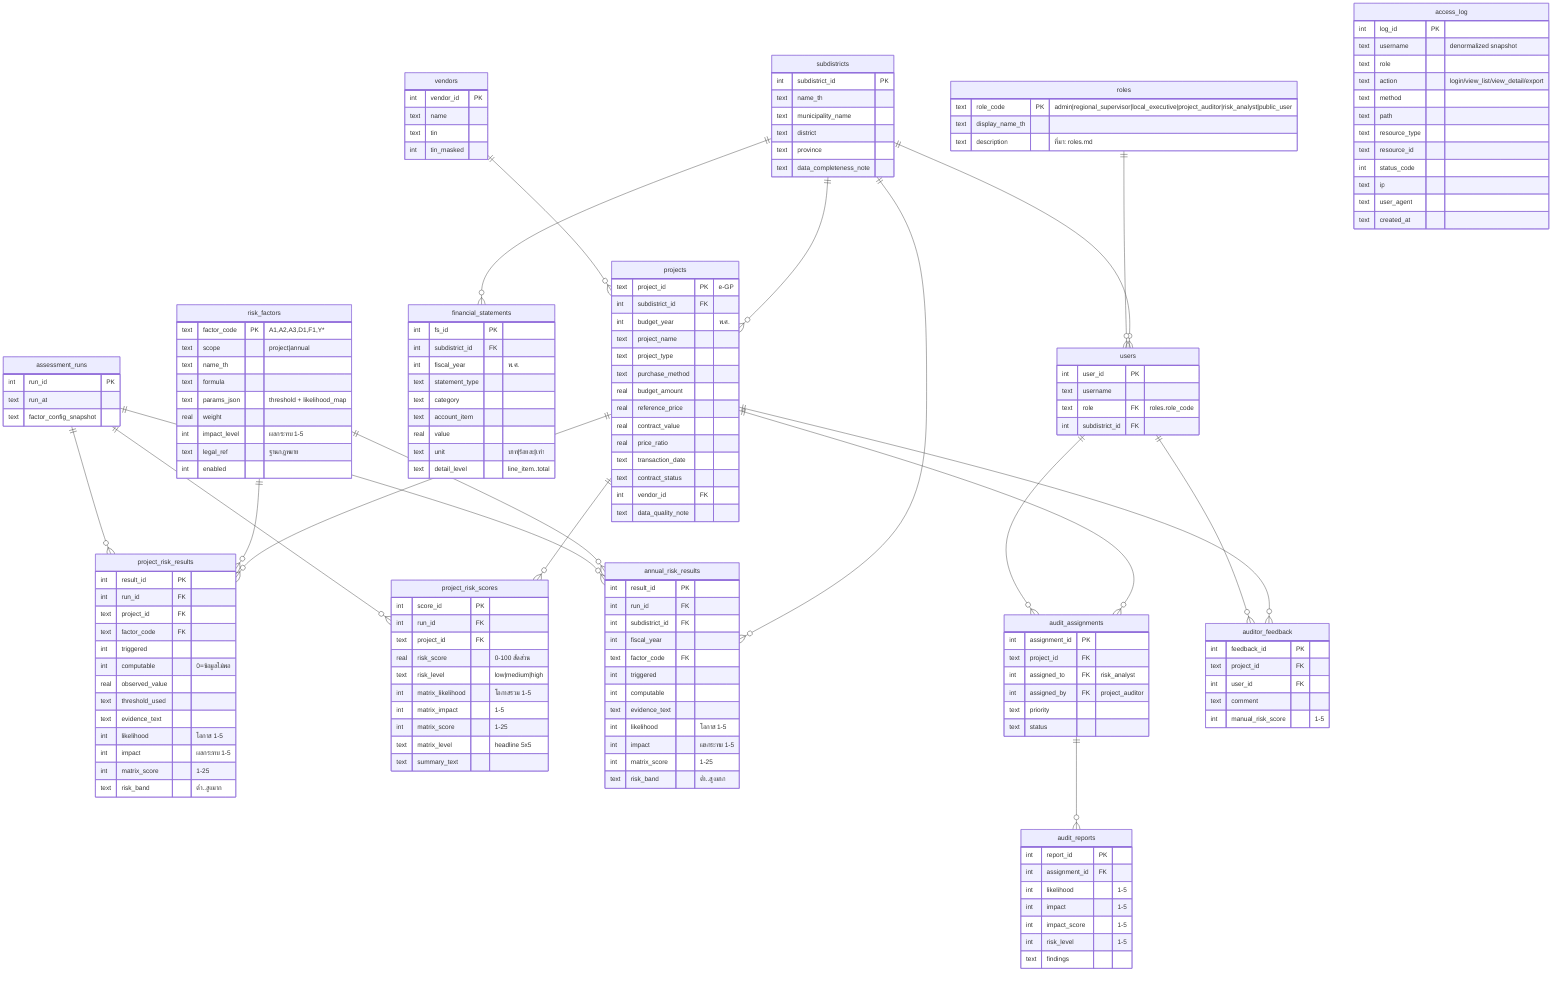
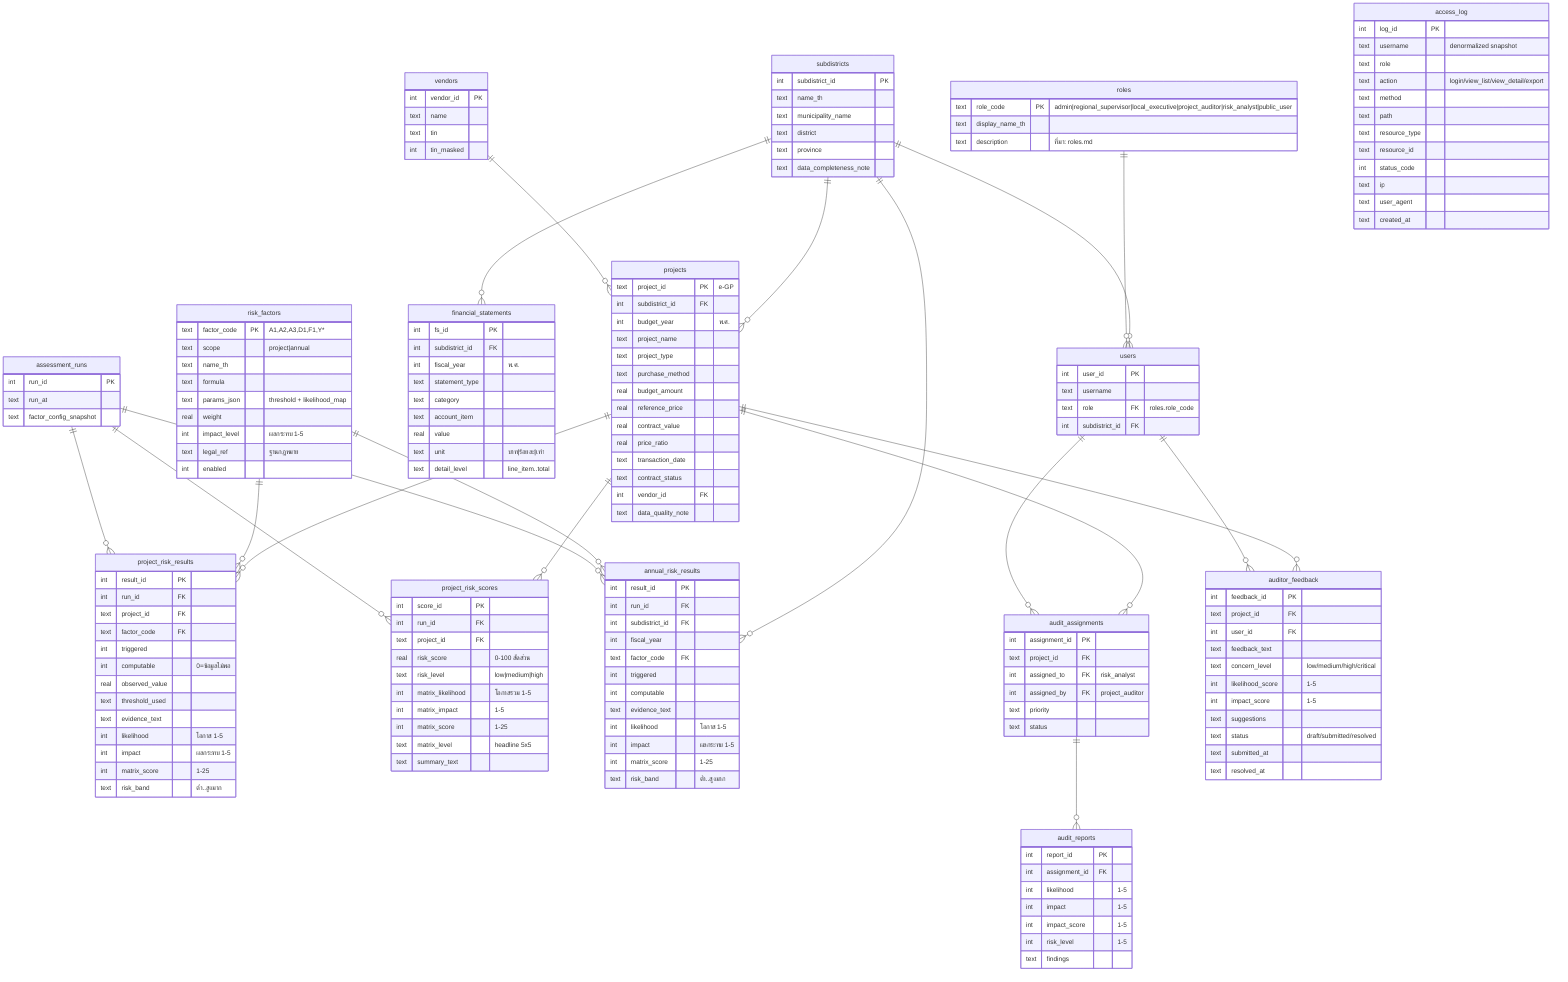
erDiagram
    subdistricts {
        int subdistrict_id PK
        text name_th
        text municipality_name
        text district
        text province
        text data_completeness_note
    }
    vendors {
        int vendor_id PK
        text name
        text tin
        int tin_masked
    }
    roles {
        text role_code PK "admin|regional_supervisor|local_executive|project_auditor|risk_analyst|public_user"
        text display_name_th
        text description "ที่มา: roles.md"
    }
    users {
        int user_id PK
        text username
        text role FK "roles.role_code"
        int subdistrict_id FK
    }
    projects {
        text project_id PK "e-GP"
        int subdistrict_id FK
        int budget_year "พ.ศ."
        text project_name
        text project_type
        text purchase_method
        real budget_amount
        real reference_price
        real contract_value
        real price_ratio
        text transaction_date
        text contract_status
        int vendor_id FK
        text data_quality_note
    }
    financial_statements {
        int fs_id PK
        int subdistrict_id FK
        int fiscal_year "พ.ศ."
        text statement_type
        text category
        text account_item
        real value
        text unit "บาท|ร้อยละ|เท่า"
        text detail_level "line_item..total"
    }
    risk_factors {
        text factor_code PK "A1,A2,A3,D1,F1,Y*"
        text scope "project|annual"
        text name_th
        text formula
        text params_json "threshold + likelihood_map"
        real weight
        int impact_level "ผลกระทบ 1-5"
        text legal_ref "ฐานกฎหมาย"
        int enabled
    }
    assessment_runs {
        int run_id PK
        text run_at
        text factor_config_snapshot
    }
    project_risk_results {
        int result_id PK
        int run_id FK
        text project_id FK
        text factor_code FK
        int triggered
        int computable "0=ข้อมูลไม่พอ"
        real observed_value
        text threshold_used
        text evidence_text
        int likelihood "โอกาส 1-5"
        int impact "ผลกระทบ 1-5"
        int matrix_score "1-25"
        text risk_band "ต่ำ..สูงมาก"
    }
    project_risk_scores {
        int score_id PK
        int run_id FK
        text project_id FK
        real risk_score "0-100 สัดส่วน"
        text risk_level "low|medium|high"
        int matrix_likelihood "โอกาสรวม 1-5"
        int matrix_impact "1-5"
        int matrix_score "1-25"
        text matrix_level "headline 5x5"
        text summary_text
    }
    annual_risk_results {
        int result_id PK
        int run_id FK
        int subdistrict_id FK
        int fiscal_year
        text factor_code FK
        int triggered
        int computable
        text evidence_text
        int likelihood "โอกาส 1-5"
        int impact "ผลกระทบ 1-5"
        int matrix_score "1-25"
        text risk_band "ต่ำ..สูงมาก"
    }
    audit_assignments {
        int assignment_id PK
        text project_id FK
        int assigned_to FK "risk_analyst"
        int assigned_by FK "project_auditor"
        text priority
        text status
    }
    audit_reports {
        int report_id PK
        int assignment_id FK
        int likelihood "1-5"
        int impact "1-5"
        int impact_score "1-5"
        int risk_level "1-5"
        text findings
    }
    auditor_feedback {
        int feedback_id PK
        text project_id FK
        int user_id FK
-         text comment
-         int manual_risk_score "1-5"
+         text feedback_text
+         text concern_level "low/medium/high/critical"
+         int likelihood_score "1-5"
+         int impact_score "1-5"
+         text suggestions
+         text status "draft/submitted/resolved"
+         text submitted_at
+         text resolved_at
    }
    access_log {
        int log_id PK
        text username "denormalized snapshot"
        text role
        text action "login/view_list/view_detail/export"
        text method
        text path
        text resource_type
        text resource_id
        int status_code
        text ip
        text user_agent
        text created_at
    }

    subdistricts ||--o{ projects : ""
    subdistricts ||--o{ financial_statements : ""
    subdistricts ||--o{ annual_risk_results : ""
    subdistricts ||--o{ users : ""
    roles ||--o{ users : ""
    vendors ||--o{ projects : ""
    projects ||--o{ project_risk_results : ""
    projects ||--o{ project_risk_scores : ""
    projects ||--o{ audit_assignments : ""
    projects ||--o{ auditor_feedback : ""
    risk_factors ||--o{ project_risk_results : ""
    risk_factors ||--o{ annual_risk_results : ""
    assessment_runs ||--o{ project_risk_results : ""
    assessment_runs ||--o{ annual_risk_results : ""
    assessment_runs ||--o{ project_risk_scores : ""
    users ||--o{ audit_assignments : ""
    audit_assignments ||--o{ audit_reports : ""
    users ||--o{ auditor_feedback : ""
